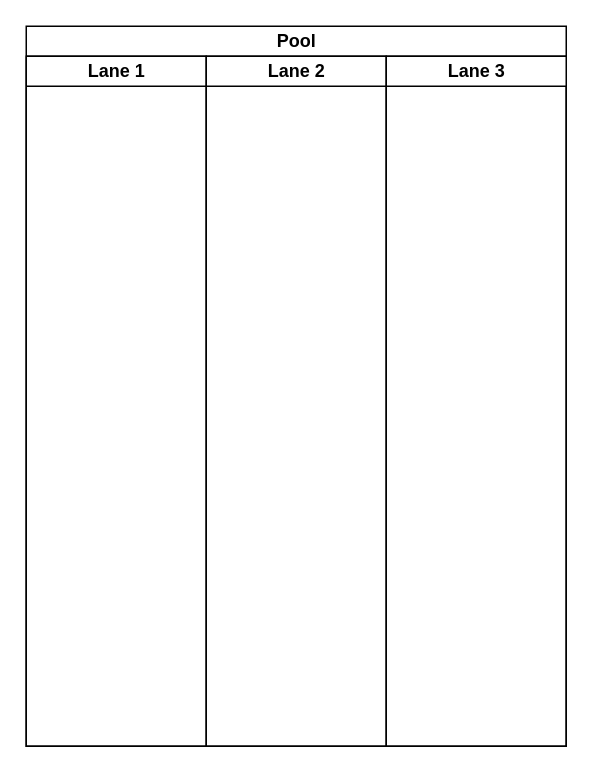
Above: 分批赠送.drawio in MorningJack/FlowDiagram (draw.io), before the change. Source tidied: cells renumbered, new cells numbered last; positions are measured from the earlier drawing's top-left corner, leaving out a move shared by most shapes. Both pictures are drawn from the tidied source at 150%, with x=0, y=0 at pixel (26, 26).
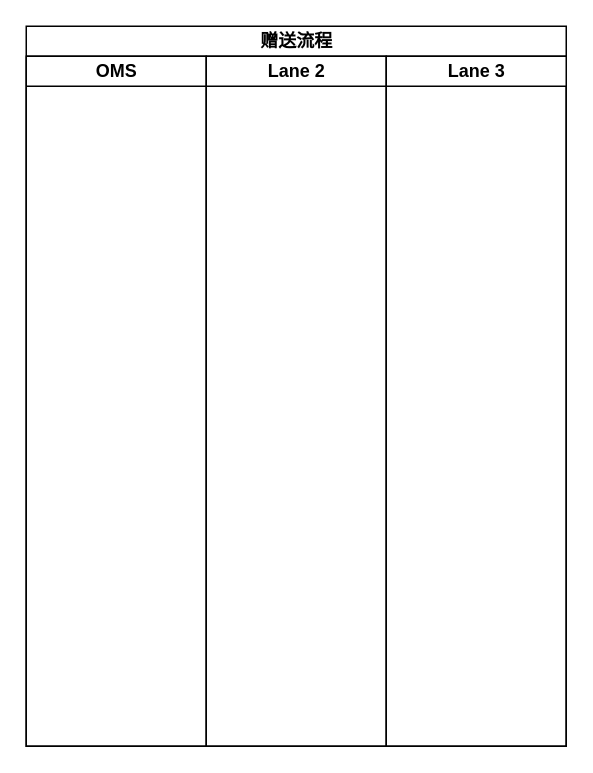
The same page after the edit.

Commit message (it also covers changes not shown here):
更新分批赠送.drawio

What changed in the source:
```diff
@@
 <mxGraphModel>
   <root>
     <mxCell id="0" />
     <mxCell id="1" parent="0" />
-    <mxCell id="2" value="Pool" style="swimlane;html=1;startSize=20;" parent="1" vertex="1">
+    <mxCell id="2" value="赠送流程" style="swimlane;html=1;startSize=20;" parent="1" vertex="1">
       <mxGeometry width="360" height="480" as="geometry" />
     </mxCell>
-    <mxCell id="3" value="Lane 1" style="swimlane;html=1;startSize=20;" parent="2" vertex="1">
+    <mxCell id="3" value="OMS" style="swimlane;html=1;startSize=20;" parent="2" vertex="1">
       <mxGeometry y="20" width="120" height="460" as="geometry" />
     </mxCell>
     <mxCell id="4" value="Lane 2" style="swimlane;html=1;startSize=20;" parent="2" vertex="1">
       <mxGeometry x="120" y="20" width="120" height="460" as="geometry" />
     </mxCell>
     <mxCell id="5" value="Lane 3" style="swimlane;html=1;startSize=20;" parent="2" vertex="1">
       <mxGeometry x="240" y="20" width="120" height="460" as="geometry" />
     </mxCell>
   </root>
 </mxGraphModel>
```
